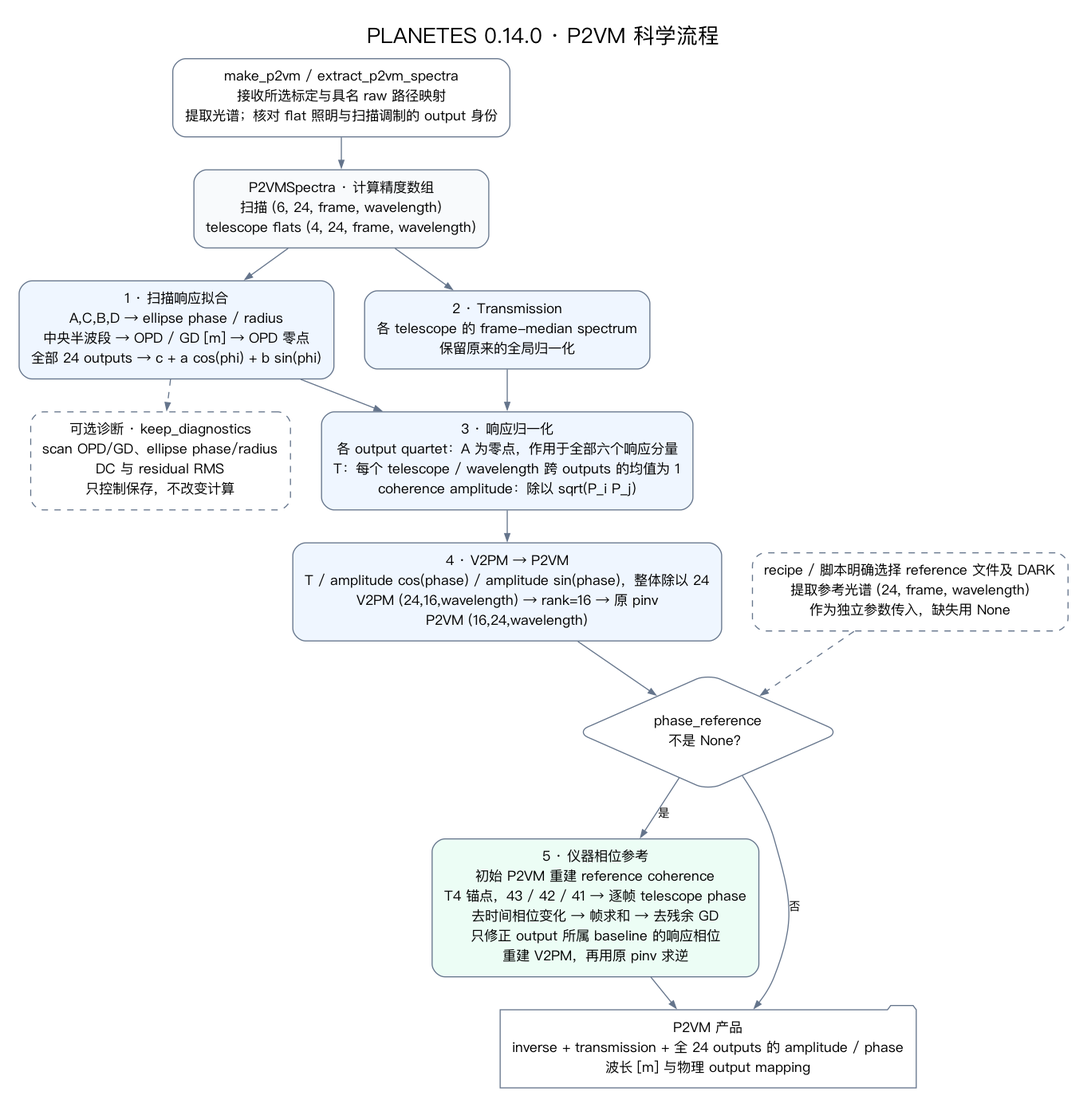
Before: docs/p2vm_flow.png, a diagram exported from Graphviz (zexwu/planetes_pipe). Its source is kept beside it as docs/p2vm_flow.dot.
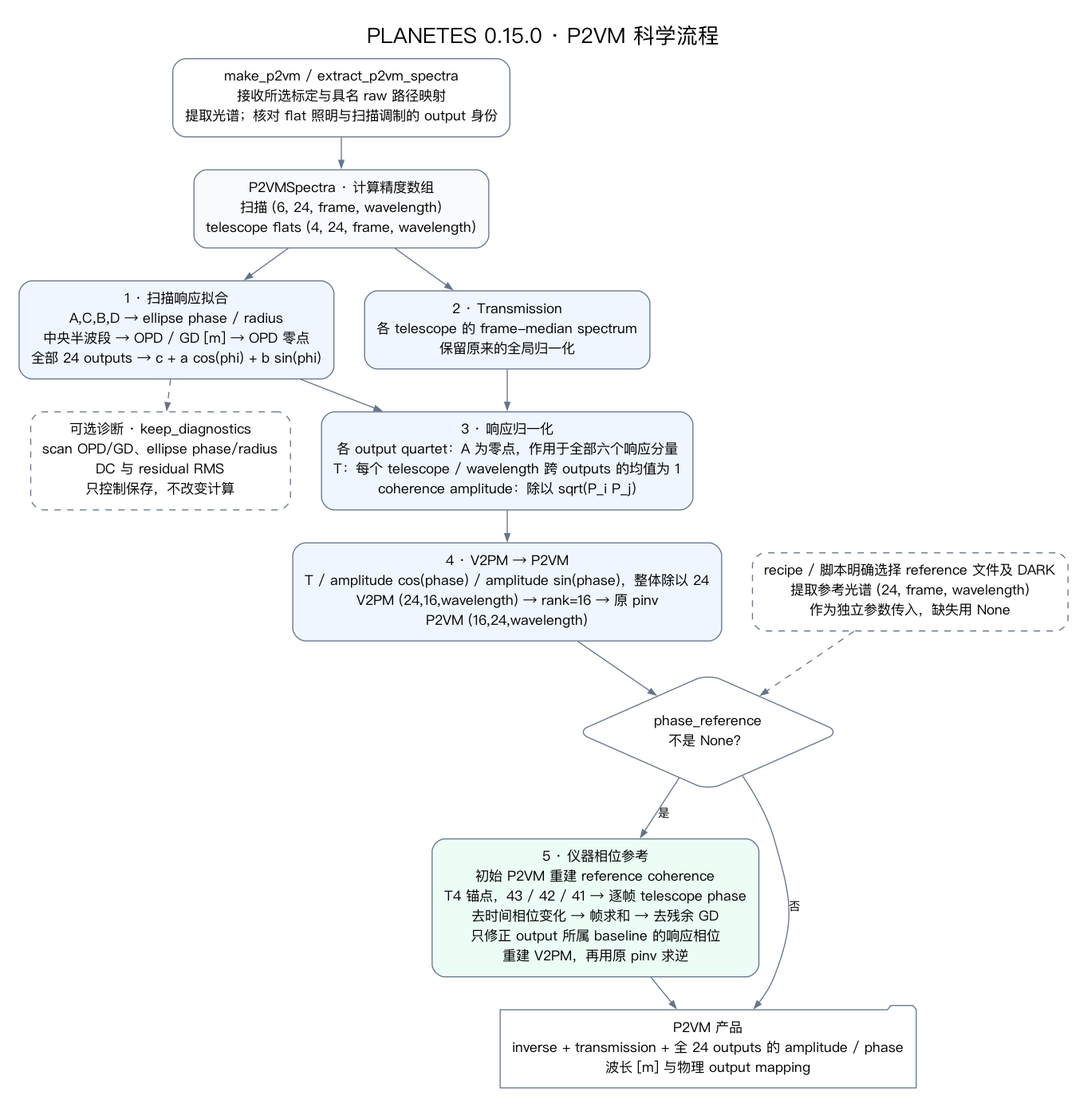
After the commit.

Change to the diagram source:
```diff
@@ -1,5 +1,5 @@
 digraph P2VM {
-  graph [rankdir=TB, bgcolor="white", pad=0.25, nodesep=0.4, ranksep=0.4, fontname="PingFang SC", fontsize=20, label="PLANETES 0.14.0 · P2VM 科学流程", labelloc=t];
+  graph [rankdir=TB, bgcolor="white", pad=0.25, nodesep=0.4, ranksep=0.4, fontname="PingFang SC", fontsize=20, label="PLANETES 0.15.0 · P2VM 科学流程", labelloc=t];
   node [shape=box, style="rounded", fontname="PingFang SC", fontsize=13, color="#64748b", margin="0.16,0.12"];
   edge [fontname="PingFang SC", fontsize=11, color="#64748b", arrowsize=0.7];
   files [label="make_p2vm / extract_p2vm_spectra\n接收所选标定与具名 raw 路径映射\n提取光谱；核对 flat 照明与扫描调制的 output 身份"];
```
